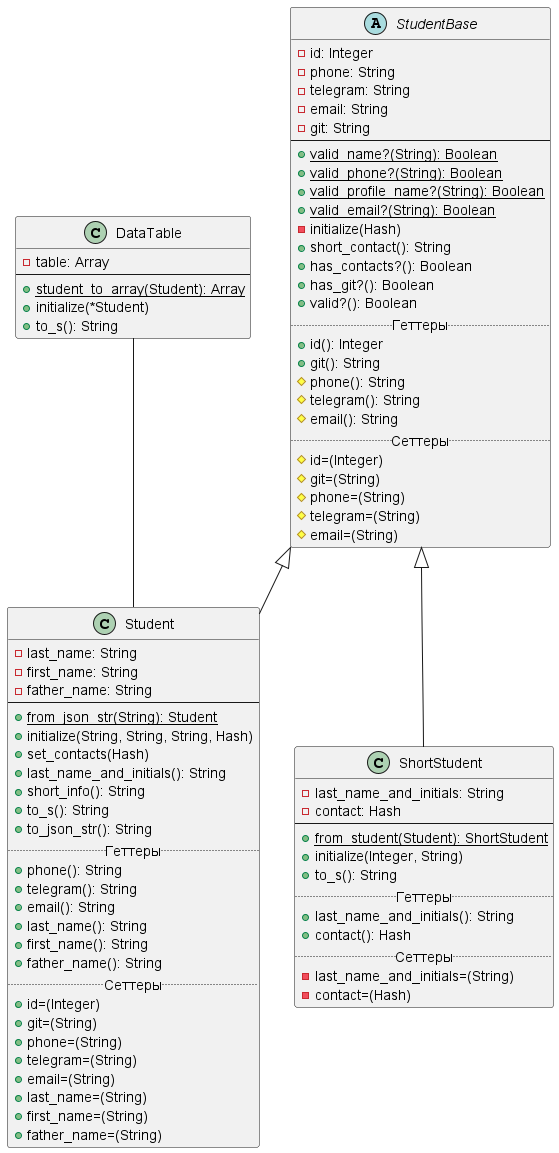
r1411/PatternsLabs keeps this PlantUML diagram as Diagrams/lab2.png. Above is the earlier version.
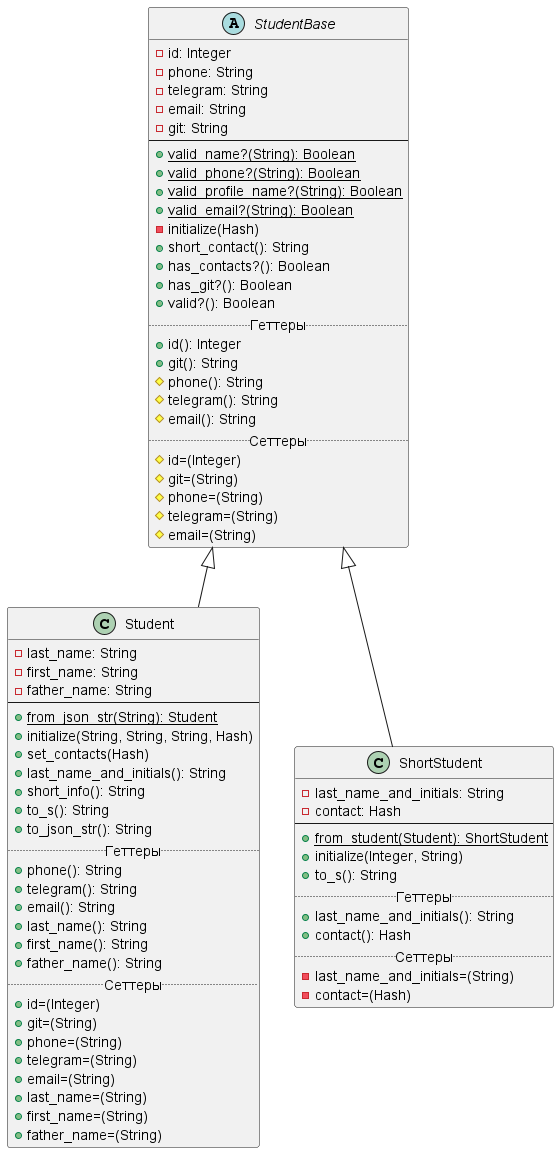
Above is the later version.

Commit message:
Revert "Класс DataTable (Лаб 2, Задание 3.1)"

Diff of the diagram source:
```diff
@@ -1,6 +1,4 @@
 @startuml
-
-DataTable -- Student
 
 abstract class StudentBase {
     -id: Integer
@@ -77,12 +75,4 @@
     -contact=(Hash)
 }
 
-class DataTable {
-    -table: Array
-    --
-    {static}+student_to_array(Student): Array
-    +initialize(*Student)
-    +to_s(): String
-}
-
 @enduml
```
